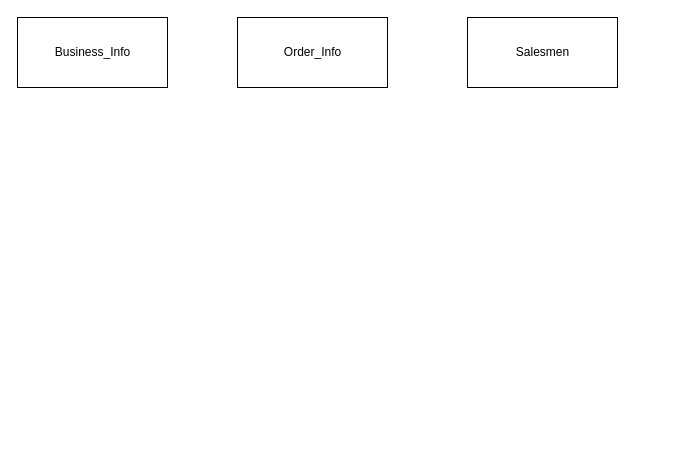
Earlier version of the draw.io diagram TakeHomeProject.drawio (mrkwapo/DatabaseDesignAndManagement). Source tidied: cells renumbered, new cells numbered last; positions are measured from the earlier drawing's top-left corner, leaving out a move shared by most shapes. Both pictures are drawn from the tidied source at 100%, with x=0, y=0 at pixel (17, 17).
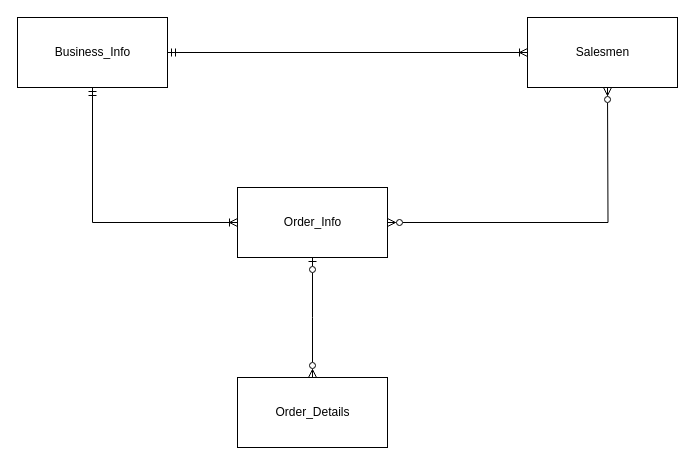
Above is the later version.

Commit message:
added Order_Details

What changed in the source:
```diff
@@
 <mxGraphModel>
   <root>
     <mxCell id="0" />
     <mxCell id="1" parent="0" />
     <mxCell id="2" style="group;" parent="1" vertex="1">
       <mxGeometry width="150" height="70" as="geometry" />
     </mxCell>
     <mxCell id="3" style="rounded=0;whiteSpace=wrap;html=1;" parent="2" vertex="1">
       <mxGeometry width="150" height="70" as="geometry" />
     </mxCell>
     <mxCell id="4" value="Business_Info" style="text;html=1;align=center;verticalAlign=middle;strokeColor=none;fillColor=none;" parent="2" vertex="1">
       <mxGeometry x="25" y="20" width="100" height="30" as="geometry" />
     </mxCell>
     <mxCell id="5" style="group;" parent="1" vertex="1">
-      <mxGeometry x="220" width="150" height="70" as="geometry" />
+      <mxGeometry x="220" y="170" width="150" height="70" as="geometry" />
     </mxCell>
+    <mxCell id="11" style="edgeStyle=orthogonalEdgeStyle;rounded=0;jettySize=auto;html=1;endArrow=ERzeroToMany;endFill=0;startArrow=ERzeroToOne;startFill=0;" parent="5" edge="1" source="6">
+      <mxGeometry relative="1" as="geometry">
+        <mxPoint x="75" y="190" as="targetPoint" />
+      </mxGeometry>
+    </mxCell>
+    <mxCell id="12" style="edgeStyle=orthogonalEdgeStyle;rounded=0;jettySize=auto;html=1;endArrow=ERzeroToMany;endFill=0;startArrow=ERzeroToMany;startFill=0;" parent="5" edge="1" source="6">
+      <mxGeometry relative="1" as="geometry">
+        <mxPoint x="370" y="-100" as="targetPoint" />
+      </mxGeometry>
+    </mxCell>
     <mxCell id="6" style="rounded=0;whiteSpace=wrap;html=1;" parent="5" vertex="1">
       <mxGeometry width="150" height="70" as="geometry" />
     </mxCell>
     <mxCell id="7" value="Order_Info" style="text;html=1;align=center;verticalAlign=middle;strokeColor=none;fillColor=none;" parent="5" vertex="1">
       <mxGeometry x="35" y="20" width="80" height="30" as="geometry" />
     </mxCell>
     <mxCell id="8" style="group;" parent="1" vertex="1">
-      <mxGeometry x="450" width="150" height="70" as="geometry" />
+      <mxGeometry x="510" width="150" height="70" as="geometry" />
     </mxCell>
     <mxCell id="9" style="rounded=0;whiteSpace=wrap;html=1;" parent="8" vertex="1">
       <mxGeometry width="150" height="70" as="geometry" />
     </mxCell>
     <mxCell id="10" value="Salesmen" style="text;html=1;align=center;verticalAlign=middle;strokeColor=none;fillColor=none;" parent="8" vertex="1">
       <mxGeometry x="35" y="20" width="80" height="30" as="geometry" />
     </mxCell>
+    <mxCell id="13" style="edgeStyle=orthogonalEdgeStyle;rounded=0;jettySize=auto;html=1;entryX=0.5;entryY=1;entryDx=0;entryDy=0;endArrow=ERmandOne;endFill=0;startArrow=ERoneToMany;startFill=0;" parent="1" edge="1" source="6" target="3">
+      <mxGeometry relative="1" as="geometry" />
+    </mxCell>
+    <mxCell id="14" style="group;" parent="1" vertex="1">
+      <mxGeometry x="220" y="360" width="150" height="70" as="geometry" />
+    </mxCell>
+    <mxCell id="15" style="rounded=0;whiteSpace=wrap;html=1;" parent="14" vertex="1">
+      <mxGeometry width="150" height="70" as="geometry" />
+    </mxCell>
+    <mxCell id="16" value="Order_Details" style="text;html=1;align=center;verticalAlign=middle;strokeColor=none;fillColor=none;" parent="14" vertex="1">
+      <mxGeometry x="25" y="20" width="100" height="30" as="geometry" />
+    </mxCell>
+    <mxCell id="17" style="edgeStyle=orthogonalEdgeStyle;rounded=0;jettySize=auto;html=1;entryX=0;entryY=0.5;entryDx=0;entryDy=0;endArrow=ERoneToMany;endFill=0;startArrow=ERmandOne;startFill=0;" parent="1" edge="1" source="3" target="9">
+      <mxGeometry relative="1" as="geometry" />
+    </mxCell>
   </root>
 </mxGraphModel>
```
